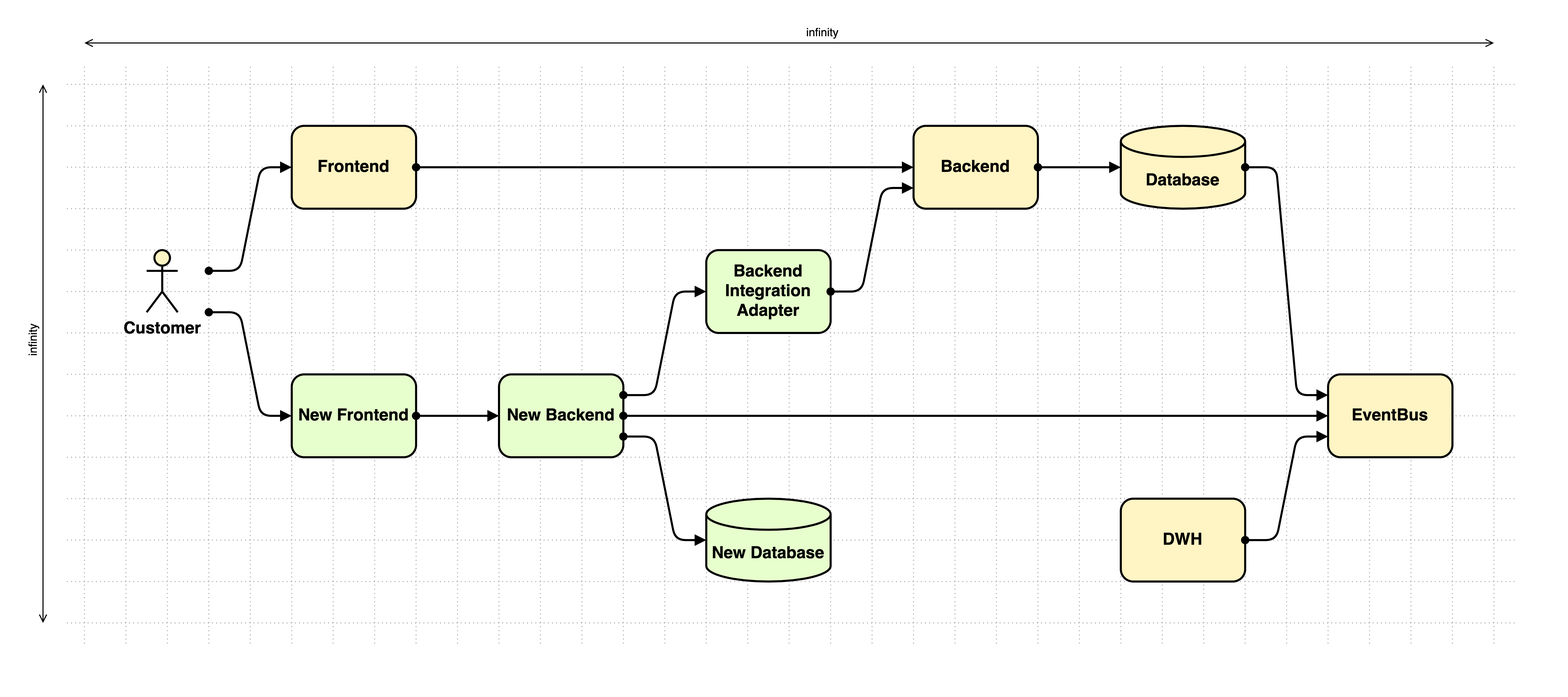
martinleggewie/visual-tips-for-creating-schematic-diagrams keeps this draw.io diagram as diagrams/canvas-guideline_infinite-space_9.png. Above is the earlier version. Source tidied: cells renumbered, new cells last; positions are measured from the earlier drawing's top-left corner, leaving out a move shared by most shapes.
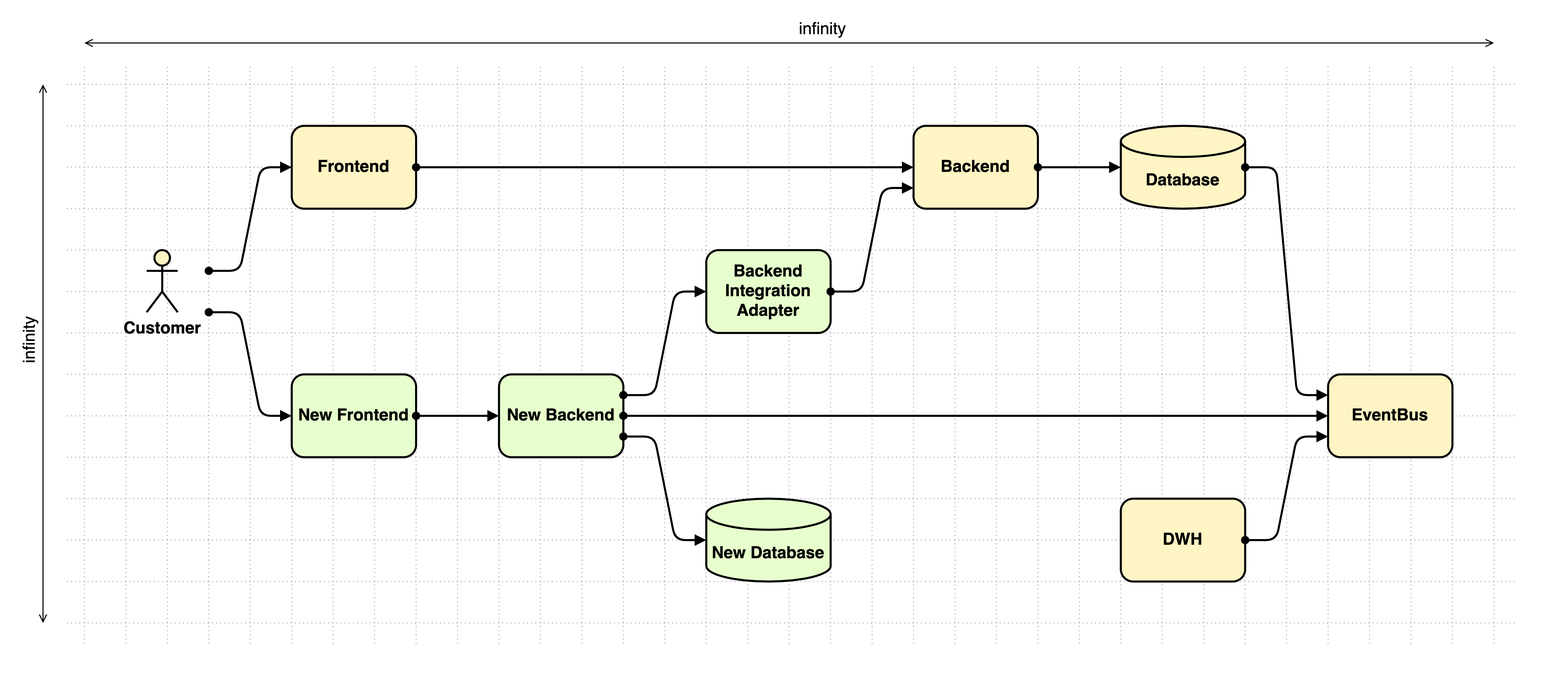
The same diagram one commit later.

What changed in the source:
```diff
@@ -11,7 +11,7 @@
         <mxPoint x="1440" y="40" as="targetPoint" />
       </mxGeometry>
     </mxCell>
-    <mxCell id="4" value="infinity" style="edgeLabel;html=1;align=center;verticalAlign=bottom;labelBackgroundColor=none;" parent="3" vertex="1">
+    <mxCell id="4" value="infinity" style="edgeLabel;html=1;align=center;verticalAlign=bottom;labelBackgroundColor=none;fontSize=16;" parent="3" vertex="1">
       <mxGeometry x="0.05" y="2" relative="1" as="geometry" />
     </mxCell>
     <mxCell id="5" style="endArrow=open;startArrow=open;html=1;endFill=0;startFill=0;" parent="1" edge="1">
@@ -20,7 +20,7 @@
         <mxPoint x="40" y="80" as="targetPoint" />
       </mxGeometry>
     </mxCell>
-    <mxCell id="6" value="infinity" style="edgeLabel;html=1;align=center;verticalAlign=bottom;horizontal=0;labelBackgroundColor=none;" parent="5" vertex="1">
+    <mxCell id="6" value="infinity" style="edgeLabel;html=1;align=center;verticalAlign=bottom;horizontal=0;labelBackgroundColor=none;fontSize=16;" parent="5" vertex="1">
       <mxGeometry x="0.05" y="2" relative="1" as="geometry" />
     </mxCell>
     <mxCell id="7" value="grid" parent="0" />
```
